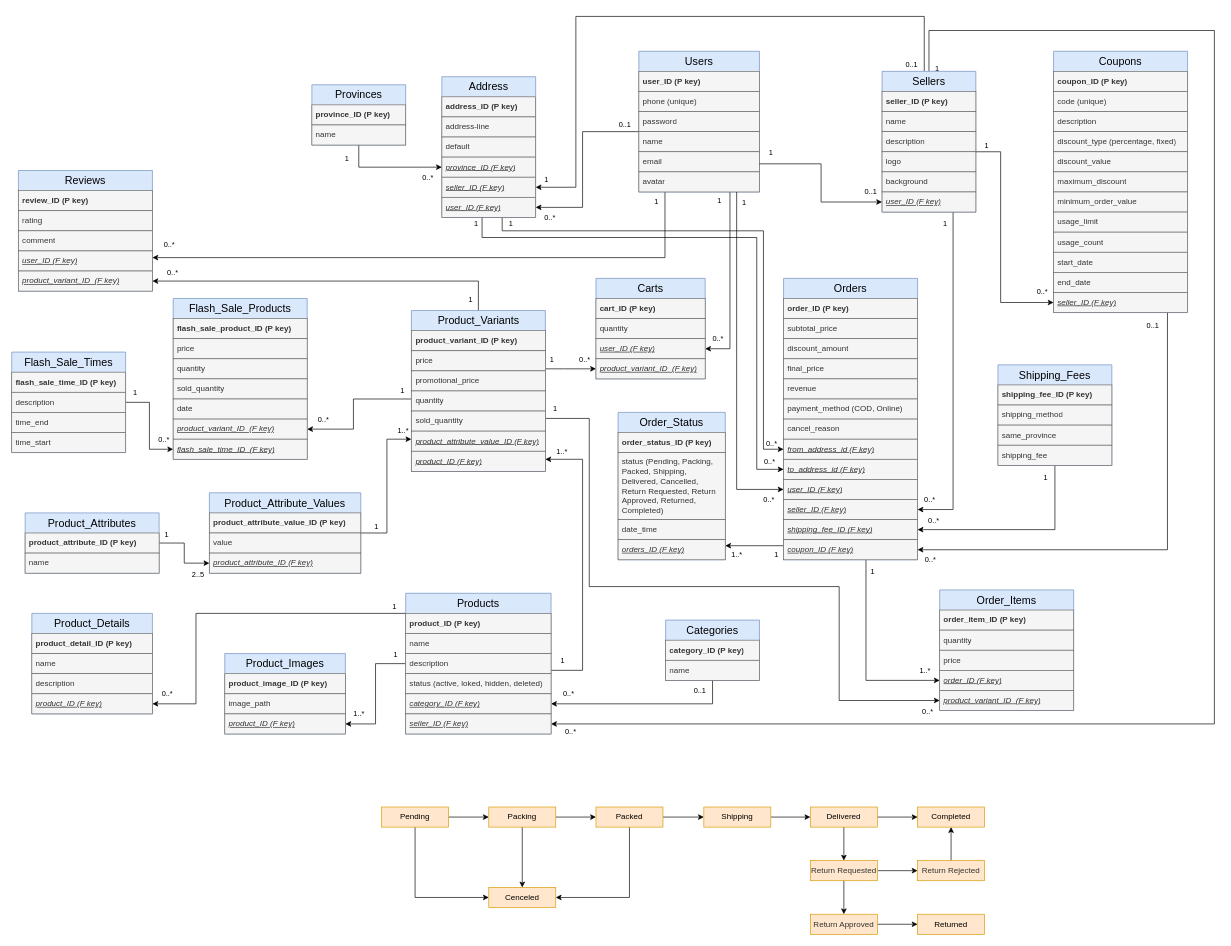
Before: document/database.drawio in thanhba0505/shoplands, a draw.io diagram. Source tidied: cells renumbered, new cells numbered last; positions are measured from the earlier drawing's top-left corner, leaving out a move shared by most shapes. Both pictures are drawn from the tidied source at 67%, with x=0, y=0 at pixel (11, 16).
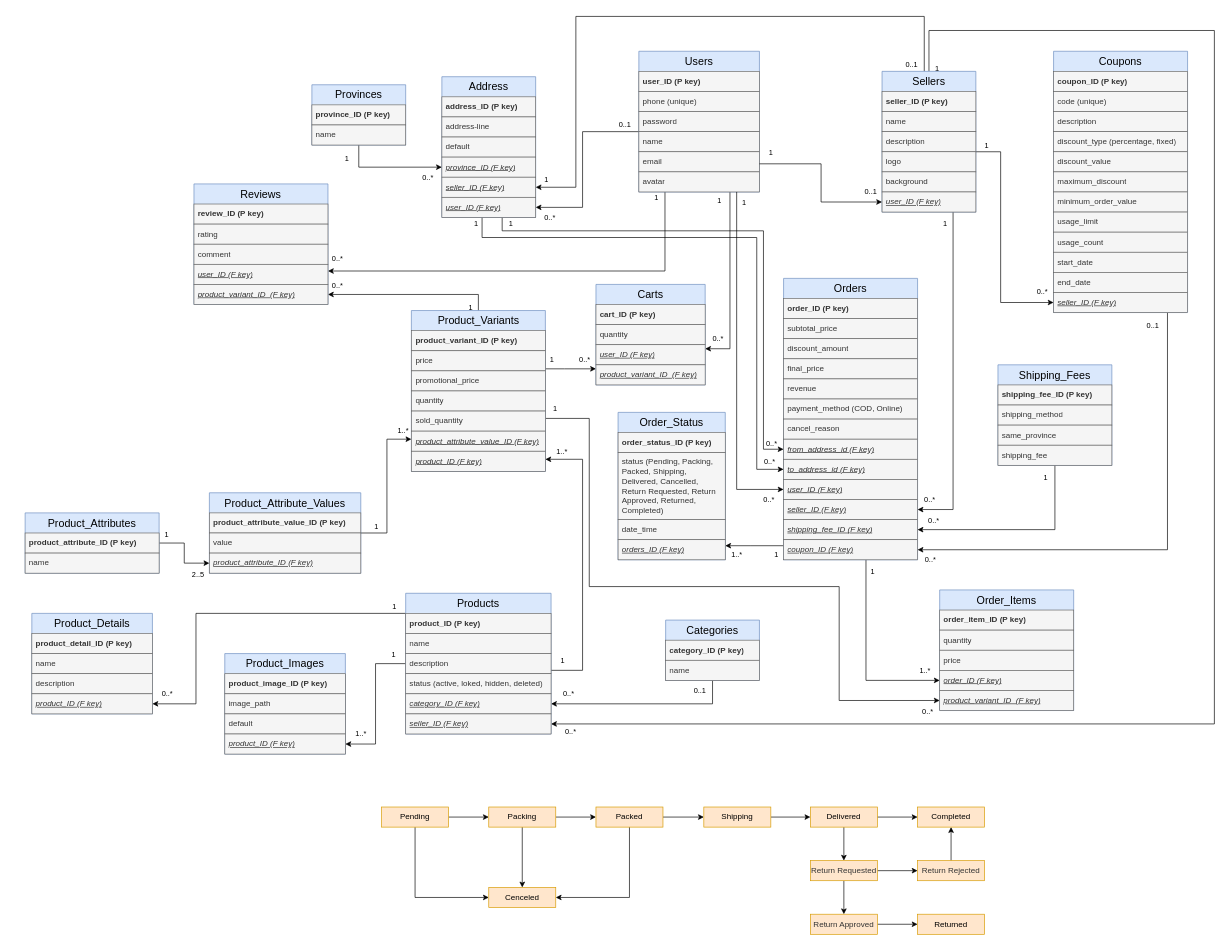
The same page after the edit.

Commit message (it also covers changes not shown here):
select 12 product

Unchanged cells that the change refers to:
```xml
<mxCell id="11" value="Users" style="swimlane;fontStyle=0;horizontal=1;startSize=30;whiteSpace=wrap;html=1;fillColor=#dae8fc;strokeColor=#6c8ebf;fontSize=16;swimlaneLine=0;" parent="1" vertex="1">
  <mxGeometry x="936" y="52" width="180" height="210" as="geometry" />
</mxCell>
<mxCell id="74" value="Product_Variants" style="swimlane;fontStyle=0;horizontal=1;startSize=30;whiteSpace=wrap;html=1;fillColor=#dae8fc;strokeColor=#6c8ebf;fontSize=16;swimlaneLine=0;" parent="1" vertex="1">
  <mxGeometry x="596.5" y="439" width="200" height="240" as="geometry" />
</mxCell>
<mxCell id="124" value="user_ID (F key)" style="text;strokeColor=#666666;fillColor=#f5f5f5;align=left;verticalAlign=middle;spacingLeft=4;spacingRight=4;overflow=hidden;points=[[0,0.5],[1,0.5]];portConstraint=eastwest;whiteSpace=wrap;html=1;fontColor=#333333;fontStyle=6;swimlaneLine=0;" parent="120" vertex="1">
  <mxGeometry y="120" width="200" height="30" as="geometry" />
</mxCell>
<mxCell id="180" value="Products" style="swimlane;fontStyle=0;horizontal=1;startSize=30;whiteSpace=wrap;html=1;fillColor=#dae8fc;strokeColor=#6c8ebf;fontSize=16;swimlaneLine=0;" parent="1" vertex="1">
  <mxGeometry x="588" y="861" width="217" height="210" as="geometry" />
</mxCell>
```

The edit, as a diff of the source:
```diff
@@
     <mxCell id="2" style="edgeStyle=orthogonalEdgeStyle;rounded=0;jettySize=auto;html=1;fontFamily=Helvetica;fontSize=12;fontColor=default;fontStyle=0;swimlaneLine=0;" parent="1" edge="1" source="11" target="124">
       <mxGeometry relative="1" as="geometry">
         <Array as="points">
-          <mxPoint x="975" y="360" />
+          <mxPoint x="975" y="380" />
         </Array>
       </mxGeometry>
     </mxCell>
@@
-    <mxCell id="68" style="edgeStyle=orthogonalEdgeStyle;rounded=0;jettySize=auto;html=1;fontFamily=Helvetica;fontSize=12;fontColor=default;fontStyle=0;swimlaneLine=0;" parent="1" edge="1" source="74" target="156">
-      <mxGeometry relative="1" as="geometry">
-        <Array as="points">
-          <mxPoint x="510" y="571" />
-          <mxPoint x="510" y="616" />
-        </Array>
-      </mxGeometry>
-    </mxCell>
-    <mxCell id="69" value="1" style="edgeLabel;html=1;align=center;verticalAlign=middle;" parent="68" vertex="1">
-      <mxGeometry x="-0.81" y="2" relative="1" as="geometry">
-        <mxPoint x="5" y="-15" as="offset" />
-      </mxGeometry>
-    </mxCell>
-    <mxCell id="70" value="0..*" style="edgeLabel;html=1;align=center;verticalAlign=middle;" parent="68" vertex="1">
-      <mxGeometry x="0.73" relative="1" as="geometry">
-        <mxPoint x="-4" y="-15" as="offset" />
-      </mxGeometry>
-    </mxCell>
@@
     <mxCell id="82" value="Product_Images" style="swimlane;fontStyle=0;horizontal=1;startSize=30;whiteSpace=wrap;html=1;fillColor=#dae8fc;strokeColor=#6c8ebf;fontSize=16;swimlaneLine=0;" parent="1" vertex="1">
-      <mxGeometry x="318" y="951" width="180" height="120" as="geometry" />
+      <mxGeometry x="318" y="951" width="180" height="150" as="geometry" />
     </mxCell>
@@
+    <mxCell id="232" value="default" style="text;strokeColor=#666666;fillColor=#f5f5f5;align=left;verticalAlign=middle;spacingLeft=4;spacingRight=4;overflow=hidden;whiteSpace=wrap;html=1;fontColor=#333333;swimlaneLine=0;" parent="82" vertex="1">
+      <mxGeometry y="90" width="180" height="30" as="geometry" />
+    </mxCell>
     <mxCell id="85" value="product_ID&amp;nbsp;(F key)" style="text;strokeColor=#666666;fillColor=#f5f5f5;align=left;verticalAlign=middle;spacingLeft=4;spacingRight=4;overflow=hidden;points=[[0,0.5],[1,0.5]];portConstraint=eastwest;whiteSpace=wrap;html=1;fontColor=#333333;fontStyle=6;swimlaneLine=0;" parent="82" vertex="1">
-      <mxGeometry y="90" width="180" height="30" as="geometry" />
+      <mxGeometry y="120" width="180" height="30" as="geometry" />
     </mxCell>
@@
     <mxCell id="120" value="Reviews" style="swimlane;fontStyle=0;horizontal=1;startSize=30;whiteSpace=wrap;html=1;fillColor=#dae8fc;strokeColor=#6c8ebf;fontSize=16;swimlaneLine=0;" parent="1" vertex="1">
-      <mxGeometry x="10" y="230" width="200" height="180" as="geometry" />
+      <mxGeometry x="272" y="250" width="200" height="180" as="geometry" />
     </mxCell>
@@
-    <mxCell id="142" style="edgeStyle=orthogonalEdgeStyle;rounded=0;jettySize=auto;html=1;fontFamily=Helvetica;fontSize=12;fontColor=default;fontStyle=0;swimlaneLine=0;" parent="1" edge="1" source="145" target="157">
-      <mxGeometry relative="1" as="geometry" />
-    </mxCell>
-    <mxCell id="143" value="0..*" style="edgeLabel;html=1;align=center;verticalAlign=middle;" parent="142" vertex="1">
-      <mxGeometry x="0.79" y="-5" relative="1" as="geometry">
-        <mxPoint y="-20" as="offset" />
-      </mxGeometry>
-    </mxCell>
-    <mxCell id="144" value="1" style="edgeLabel;html=1;align=center;verticalAlign=middle;" parent="142" vertex="1">
-      <mxGeometry x="-0.79" y="-1" relative="1" as="geometry">
-        <mxPoint x="-2" y="-17" as="offset" />
-      </mxGeometry>
-    </mxCell>
-    <mxCell id="145" value="Flash_Sale_Times" style="swimlane;fontStyle=0;horizontal=1;startSize=30;whiteSpace=wrap;html=1;fillColor=#dae8fc;strokeColor=#6c8ebf;fontSize=16;swimlaneLine=0;" parent="1" vertex="1">
-      <mxGeometry y="501" width="170" height="150" as="geometry" />
-    </mxCell>
-    <mxCell id="146" value="flash_sale_time_ID (P key)" style="text;strokeColor=#666666;fillColor=#f5f5f5;align=left;verticalAlign=middle;spacingLeft=4;spacingRight=4;overflow=hidden;whiteSpace=wrap;html=1;fontStyle=1;horizontal=1;fontColor=#333333;swimlaneLine=0;" parent="145" vertex="1">
-      <mxGeometry y="30" width="170" height="30" as="geometry" />
-    </mxCell>
-    <mxCell id="147" value="description" style="text;strokeColor=#666666;fillColor=#f5f5f5;align=left;verticalAlign=middle;spacingLeft=4;spacingRight=4;overflow=hidden;whiteSpace=wrap;html=1;fontColor=#333333;swimlaneLine=0;" parent="145" vertex="1">
-      <mxGeometry y="60" width="170" height="30" as="geometry" />
-    </mxCell>
-    <mxCell id="148" value="time_end" style="text;strokeColor=#666666;fillColor=#f5f5f5;align=left;verticalAlign=middle;spacingLeft=4;spacingRight=4;overflow=hidden;whiteSpace=wrap;html=1;fontColor=#333333;swimlaneLine=0;" parent="145" vertex="1">
-      <mxGeometry y="90" width="170" height="30" as="geometry" />
-    </mxCell>
-    <mxCell id="149" value="time_start" style="text;strokeColor=#666666;fillColor=#f5f5f5;align=left;verticalAlign=middle;spacingLeft=4;spacingRight=4;overflow=hidden;whiteSpace=wrap;html=1;fontColor=#333333;swimlaneLine=0;" parent="145" vertex="1">
-      <mxGeometry y="120" width="170" height="30" as="geometry" />
-    </mxCell>
-    <mxCell id="150" value="Flash_Sale_Products" style="swimlane;fontStyle=0;horizontal=1;startSize=30;whiteSpace=wrap;html=1;fillColor=#dae8fc;strokeColor=#6c8ebf;fontSize=16;swimlaneLine=0;" parent="1" vertex="1">
-      <mxGeometry x="241" y="421" width="200" height="240" as="geometry" />
-    </mxCell>
-    <mxCell id="151" value="flash_sale_product_ID (P key)" style="text;strokeColor=#666666;fillColor=#f5f5f5;align=left;verticalAlign=middle;spacingLeft=4;spacingRight=4;overflow=hidden;whiteSpace=wrap;html=1;fontStyle=1;horizontal=1;fontColor=#333333;swimlaneLine=0;" parent="150" vertex="1">
-      <mxGeometry y="30" width="200" height="30" as="geometry" />
-    </mxCell>
-    <mxCell id="152" value="price" style="text;strokeColor=#666666;fillColor=#f5f5f5;align=left;verticalAlign=middle;spacingLeft=4;spacingRight=4;overflow=hidden;whiteSpace=wrap;html=1;fontColor=#333333;swimlaneLine=0;" parent="150" vertex="1">
-      <mxGeometry y="60" width="200" height="30" as="geometry" />
-    </mxCell>
-    <mxCell id="153" value="quantity" style="text;strokeColor=#666666;fillColor=#f5f5f5;align=left;verticalAlign=middle;spacingLeft=4;spacingRight=4;overflow=hidden;whiteSpace=wrap;html=1;fontColor=#333333;swimlaneLine=0;" parent="150" vertex="1">
-      <mxGeometry y="90" width="200" height="30" as="geometry" />
-    </mxCell>
-    <mxCell id="154" value="sold_quantity" style="text;strokeColor=#666666;fillColor=#f5f5f5;align=left;verticalAlign=middle;spacingLeft=4;spacingRight=4;overflow=hidden;whiteSpace=wrap;html=1;fontColor=#333333;swimlaneLine=0;" parent="150" vertex="1">
-      <mxGeometry y="120" width="200" height="30" as="geometry" />
-    </mxCell>
-    <mxCell id="155" value="date" style="text;strokeColor=#666666;fillColor=#f5f5f5;align=left;verticalAlign=middle;spacingLeft=4;spacingRight=4;overflow=hidden;whiteSpace=wrap;html=1;fontColor=#333333;swimlaneLine=0;" parent="150" vertex="1">
-      <mxGeometry y="150" width="200" height="30" as="geometry" />
-    </mxCell>
-    <mxCell id="156" value="product_variant_ID&amp;nbsp;&amp;nbsp;(F key)" style="text;strokeColor=#666666;fillColor=#f5f5f5;align=left;verticalAlign=middle;spacingLeft=4;spacingRight=4;overflow=hidden;points=[[0,0.5],[1,0.5]];portConstraint=eastwest;whiteSpace=wrap;html=1;fontColor=#333333;fontStyle=6;swimlaneLine=0;" parent="150" vertex="1">
-      <mxGeometry y="180" width="200" height="30" as="geometry" />
-    </mxCell>
-    <mxCell id="157" value="flash_sale_time_ID&amp;nbsp;&amp;nbsp;(F key)" style="text;strokeColor=#666666;fillColor=#f5f5f5;align=left;verticalAlign=middle;spacingLeft=4;spacingRight=4;overflow=hidden;points=[[0,0.5],[1,0.5]];portConstraint=eastwest;whiteSpace=wrap;html=1;fontColor=#333333;fontStyle=6;swimlaneLine=0;" parent="150" vertex="1">
-      <mxGeometry y="210" width="200" height="30" as="geometry" />
-    </mxCell>
@@
     <mxCell id="177" style="edgeStyle=orthogonalEdgeStyle;rounded=0;jettySize=auto;html=1;fontFamily=Helvetica;fontSize=12;fontColor=default;fontStyle=0;swimlaneLine=0;" parent="1" edge="1" source="180" target="85">
       <mxGeometry relative="1" as="geometry">
         <Array as="points">
           <mxPoint x="543" y="966" />
-          <mxPoint x="543" y="1056" />
+          <mxPoint x="543" y="1086" />
         </Array>
       </mxGeometry>
     </mxCell>
@@
     <mxCell id="187" value="Carts" style="swimlane;fontStyle=0;horizontal=1;startSize=30;whiteSpace=wrap;html=1;fillColor=#dae8fc;strokeColor=#6c8ebf;fontSize=16;swimlaneLine=0;" parent="1" vertex="1">
-      <mxGeometry x="872" y="391" width="163" height="150" as="geometry" />
+      <mxGeometry x="872" y="400" width="163" height="150" as="geometry" />
     </mxCell>
```
